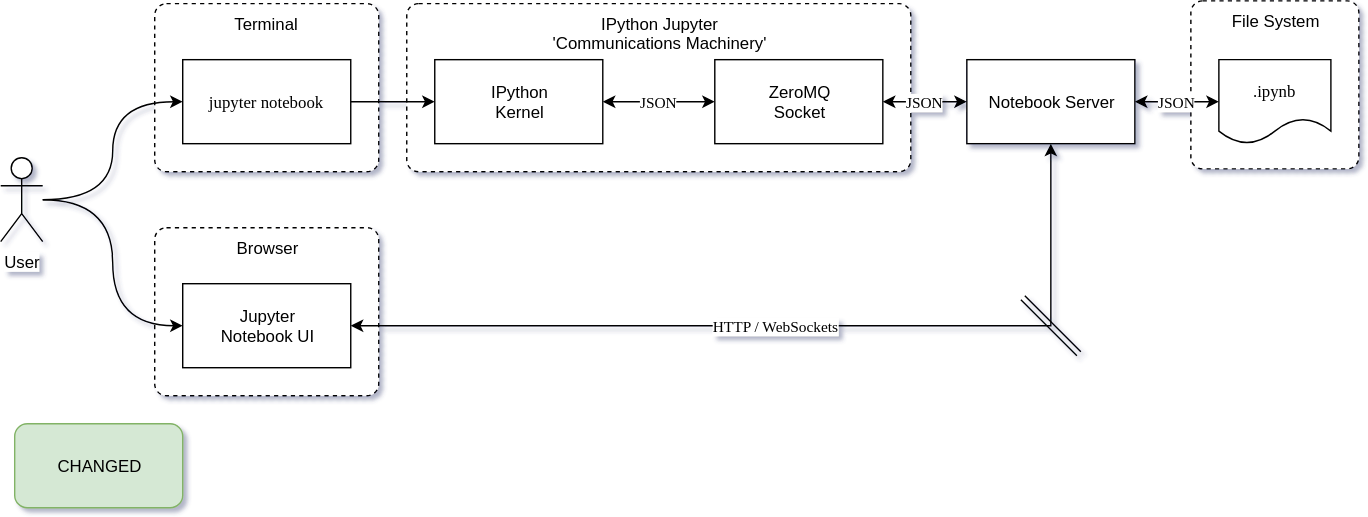
The draw.io diagram jupyter_notebook_architecture.svg in panningforbacon/panningforbacon.github.io, before a commit. Source tidied: cells renumbered, new cells last; positions are measured from the earlier drawing's top-left corner, leaving out a move shared by most shapes.
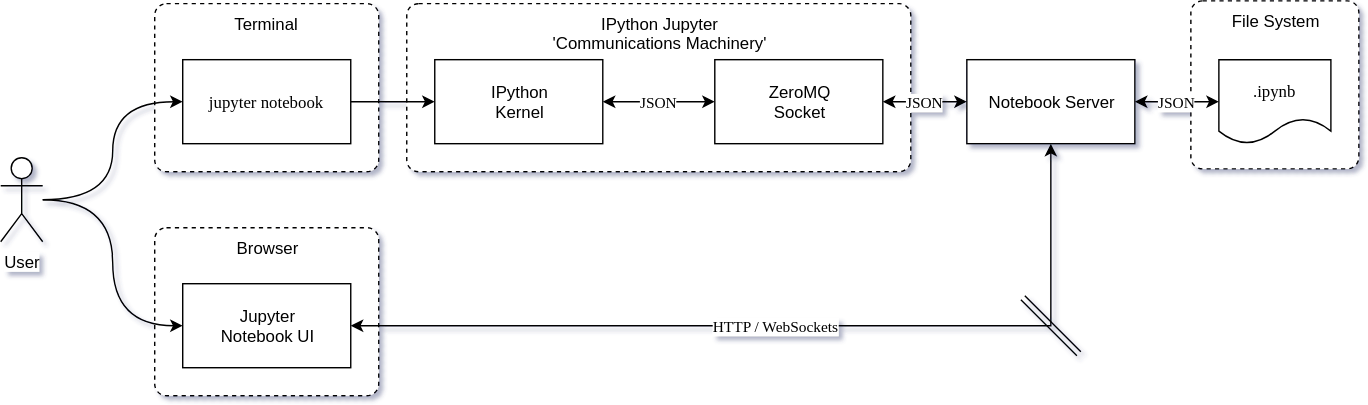
The same file after the commit.

Diff of the diagram source:
```diff
@@ -62,8 +62,5 @@
     <mxCell id="20" style="edgeStyle=orthogonalEdgeStyle;rounded=0;jettySize=auto;html=1;fontFamily=Lucida Console;startArrow=none;startFill=0;endArrow=classic;endFill=1;entryX=0;entryY=0.5;entryDx=0;entryDy=0;curved=1;" parent="1" edge="1" source="4" target="12">
       <mxGeometry relative="1" as="geometry" />
     </mxCell>
-    <mxCell id="21" value="CHANGED" style="rounded=1;whiteSpace=wrap;html=1;fillColor=#d5e8d4;strokeColor=#82b366;" parent="1" vertex="1">
-      <mxGeometry x="10" y="302" width="120" height="60" as="geometry" />
-    </mxCell>
   </root>
 </mxGraphModel>
```
